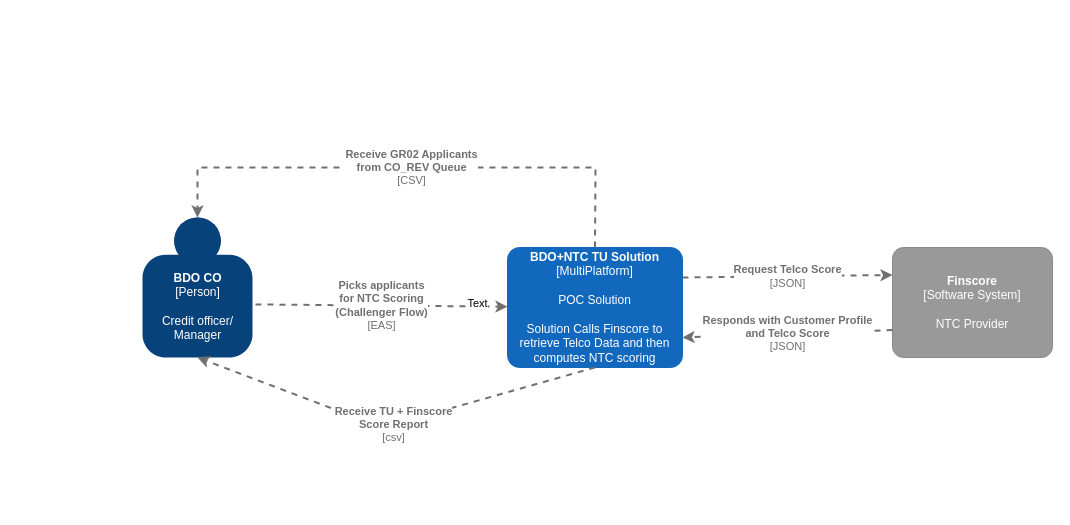
The draw.io diagram page "Context Diagram" (1 of 3) of BDO-NTC-EAS.drawio in howardleev/c4-draw.io, before the edit. Source tidied: cells renumbered, new cells numbered last; positions are measured from the earlier drawing's top-left corner, leaving out a move shared by most shapes. Both pictures are drawn from the tidied source at 100%, with x=0, y=0 at pixel (142, 167).
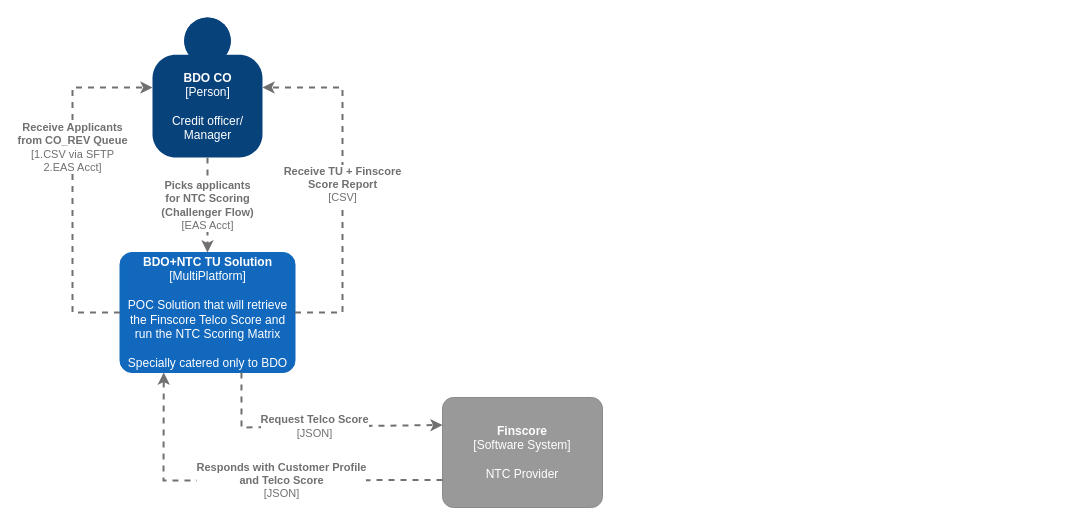
Above is the later version.

Diff of the diagram source:
```diff
@@
     <object id="2" label="&lt;b&gt;%c4Name%&lt;/b&gt;&lt;div&gt;[%c4Type%]&lt;/div&gt;&lt;br&gt;&lt;div&gt;%c4Description%&lt;/div&gt;" c4Description="Credit officer/&#10;Manager" c4Name="BDO CO" c4Type="Person" placeholders="1">
       <mxCell style="html=1;dashed=0;whitespace=wrap;fillColor=#08427b;strokeColor=none;fontColor=#ffffff;shape=mxgraph.c4.person;align=center;points=[[0.5,0,0],[1,0.5,0],[1,0.75,0],[0.75,1,0],[0.5,1,0],[0.25,1,0],[0,0.75,0],[0,0.5,0]];metaData={&quot;c4Type&quot;:{&quot;editable&quot;:false}};direction=east;" parent="1" vertex="1">
-        <mxGeometry y="50" width="110" height="140" as="geometry" />
+        <mxGeometry x="10" y="-150" width="110" height="140" as="geometry" />
       </mxCell>
     </object>
-    <object id="3" label="&lt;b&gt;%c4Name%&lt;/b&gt;&lt;div&gt;[%c4Type%]&lt;/div&gt;&lt;br&gt;&lt;div&gt;%c4Description%&lt;/div&gt;" c4Description="POC Solution &#10;&#10;Solution Calls Finscore to retrieve Telco Data and then computes NTC scoring" c4Name="BDO+NTC TU Solution" c4Type="MultiPlatform" placeholders="1">
+    <object id="3" label="&lt;b&gt;%c4Name%&lt;/b&gt;&lt;div&gt;[%c4Type%]&lt;/div&gt;&lt;br&gt;&lt;div&gt;%c4Description%&lt;/div&gt;" c4Description="POC Solution that will retrieve the Finscore Telco Score and run the NTC Scoring Matrix&#10;&#10;Specially catered only to BDO" c4Name="BDO+NTC TU Solution" c4Type="MultiPlatform" placeholders="1">
       <mxCell style="rounded=1;whiteSpace=wrap;html=1;labelBackgroundColor=none;fillColor=#1168BD;fontColor=#ffffff;align=center;arcSize=10;strokeColor=#1168BD;metaData={&quot;c4Type&quot;:{&quot;editable&quot;:false}};points=[[0.25,0,0],[0.5,0,0],[0.75,0,0],[1,0.25,0],[1,0.5,0],[1,0.75,0],[0.75,1,0],[0.5,1,0],[0.25,1,0],[0,0.75,0],[0,0.5,0],[0,0.25,0]];" parent="1" vertex="1">
-        <mxGeometry x="365" y="80" width="175" height="120" as="geometry" />
+        <mxGeometry x="-22.5" y="85" width="175" height="120" as="geometry" />
       </mxCell>
     </object>
-    <object id="4" label="&lt;div style=&quot;text-align: left&quot;&gt;&lt;div style=&quot;text-align: center&quot;&gt;&lt;b&gt;%c4Description%&lt;/b&gt;&lt;/div&gt;&lt;div style=&quot;text-align: center&quot;&gt;[%c4Technology%]&lt;/div&gt;&lt;/div&gt;" c4Description="Picks applicants&#10;for NTC Scoring&#10;(Challenger Flow)" c4Technology="EAS" placeholders="1">
-      <mxCell style="edgeStyle=none;rounded=0;html=1;jettySize=auto;strokeColor=#707070;strokeWidth=2;fontColor=#707070;jumpStyle=none;dashed=1;metaData={&quot;c4Type&quot;:{&quot;editable&quot;:false}};exitX=1.027;exitY=0.621;exitDx=0;exitDy=0;exitPerimeter=0;" parent="1" edge="1" source="2" target="3">
-        <mxGeometry relative="1" as="geometry" />
-      </mxCell>
-    </object>
-    <mxCell id="5" value="Text" style="edgeLabel;html=1;align=center;verticalAlign=middle;" parent="4" vertex="1">
-      <mxGeometry x="0.76" y="3" relative="1" as="geometry" />
-    </mxCell>
     <object id="6" label="&lt;b&gt;%c4Name%&lt;/b&gt;&lt;div&gt;[%c4Type%]&lt;/div&gt;&lt;br&gt;&lt;div&gt;%c4Description%&lt;/div&gt;" c4Description="NTC Provider" c4Name="Finscore" c4Type="Software System" placeholders="1">
       <mxCell style="rounded=1;whiteSpace=wrap;html=1;labelBackgroundColor=none;fillColor=#999999;fontColor=#ffffff;align=center;arcSize=10;strokeColor=#8A8A8A;metaData={&quot;c4Type&quot;:{&quot;editable&quot;:false}};points=[[0.25,0,0],[0.5,0,0],[0.75,0,0],[1,0.25,0],[1,0.5,0],[1,0.75,0],[0.75,1,0],[0.5,1,0],[0.25,1,0],[0,0.75,0],[0,0.5,0],[0,0.25,0]];" parent="1" vertex="1">
-        <mxGeometry x="750" y="80" width="160" height="110" as="geometry" />
+        <mxGeometry x="300" y="230" width="160" height="110" as="geometry" />
       </mxCell>
     </object>
     <object id="7" label="&lt;div style=&quot;text-align: left&quot;&gt;&lt;div style=&quot;text-align: center&quot;&gt;&lt;b&gt;%c4Description%&lt;/b&gt;&lt;/div&gt;&lt;div style=&quot;text-align: center&quot;&gt;[%c4Technology%]&lt;/div&gt;&lt;/div&gt;" c4Description="Request Telco Score" c4Technology="JSON" placeholders="1">
-      <mxCell style="edgeStyle=none;rounded=0;html=1;entryX=0;entryY=0.25;jettySize=auto;strokeColor=#707070;strokeWidth=2;fontColor=#707070;jumpStyle=none;dashed=1;metaData={&quot;c4Type&quot;:{&quot;editable&quot;:false}};exitX=1;exitY=0.25;exitDx=0;exitDy=0;exitPerimeter=0;entryDx=0;entryDy=0;entryPerimeter=0;" parent="1" edge="1" source="3" target="6">
-        <mxGeometry relative="1" as="geometry" />
+      <mxCell style="edgeStyle=none;rounded=0;html=1;entryX=0;entryY=0.25;jettySize=auto;strokeColor=#707070;strokeWidth=2;fontColor=#707070;jumpStyle=none;dashed=1;metaData={&quot;c4Type&quot;:{&quot;editable&quot;:false}};entryDx=0;entryDy=0;entryPerimeter=0;exitX=0.694;exitY=1;exitDx=0;exitDy=0;exitPerimeter=0;" parent="1" edge="1" source="3" target="6">
+        <mxGeometry relative="1" as="geometry">
+          <Array as="points">
+            <mxPoint x="99" y="260" />
+          </Array>
+        </mxGeometry>
       </mxCell>
     </object>
     <object id="8" label="&lt;div style=&quot;text-align: left&quot;&gt;&lt;div style=&quot;text-align: center&quot;&gt;&lt;b&gt;%c4Description%&lt;/b&gt;&lt;/div&gt;&lt;div style=&quot;text-align: center&quot;&gt;[%c4Technology%]&lt;/div&gt;&lt;/div&gt;" c4Description="Responds with Customer Profile&#10;and Telco Score" c4Technology="JSON" placeholders="1">
-      <mxCell style="edgeStyle=none;rounded=0;html=1;entryX=1;entryY=0.75;jettySize=auto;strokeColor=#707070;strokeWidth=2;fontColor=#707070;jumpStyle=none;dashed=1;metaData={&quot;c4Type&quot;:{&quot;editable&quot;:false}};entryDx=0;entryDy=0;entryPerimeter=0;exitX=0;exitY=0.75;exitDx=0;exitDy=0;exitPerimeter=0;" parent="1" edge="1" source="6" target="3">
-        <mxGeometry relative="1" as="geometry" />
+      <mxCell style="edgeStyle=none;rounded=0;html=1;jettySize=auto;strokeColor=#707070;strokeWidth=2;fontColor=#707070;jumpStyle=none;dashed=1;metaData={&quot;c4Type&quot;:{&quot;editable&quot;:false}};exitX=0;exitY=0.75;exitDx=0;exitDy=0;exitPerimeter=0;entryX=0.25;entryY=1;entryDx=0;entryDy=0;entryPerimeter=0;" parent="1" edge="1" source="6" target="3">
+        <mxGeometry x="-0.17" relative="1" as="geometry">
+          <Array as="points">
+            <mxPoint x="21" y="313" />
+          </Array>
+        </mxGeometry>
       </mxCell>
     </object>
-    <object id="9" label="&lt;div style=&quot;text-align: left&quot;&gt;&lt;div style=&quot;text-align: center&quot;&gt;&lt;b&gt;%c4Description%&lt;/b&gt;&lt;/div&gt;&lt;div style=&quot;text-align: center&quot;&gt;[%c4Technology%]&lt;/div&gt;&lt;/div&gt;" c4Description="Receive TU + Finscore&#10;Score Report" c4Technology="csv" placeholders="1">
-      <mxCell style="edgeStyle=none;rounded=0;html=1;jettySize=auto;strokeColor=#707070;strokeWidth=2;fontColor=#707070;jumpStyle=none;dashed=1;metaData={&quot;c4Type&quot;:{&quot;editable&quot;:false}};entryX=0.5;entryY=1;entryDx=0;entryDy=0;entryPerimeter=0;exitX=0.5;exitY=1;exitDx=0;exitDy=0;exitPerimeter=0;" parent="1" edge="1" source="3" target="2">
-        <mxGeometry relative="1" as="geometry">
-          <Array as="points">
-            <mxPoint x="240" y="260" />
-          </Array>
-        </mxGeometry>
-      </mxCell>
-    </object>
-    <object id="10" label="&lt;div style=&quot;text-align: left&quot;&gt;&lt;div style=&quot;text-align: center&quot;&gt;&lt;b&gt;%c4Description%&lt;/b&gt;&lt;/div&gt;&lt;div style=&quot;text-align: center&quot;&gt;[%c4Technology%]&lt;/div&gt;&lt;/div&gt;" c4Description="Receive GR02 Applicants&#10;from CO_REV Queue " c4Technology="CSV" placeholders="1">
-      <mxCell style="edgeStyle=none;rounded=0;html=1;jettySize=auto;strokeColor=#707070;strokeWidth=2;fontColor=#707070;jumpStyle=none;dashed=1;metaData={&quot;c4Type&quot;:{&quot;editable&quot;:false}};exitX=0.5;exitY=0;exitDx=0;exitDy=0;exitPerimeter=0;entryX=0.5;entryY=0;entryDx=0;entryDy=0;entryPerimeter=0;" parent="1" edge="1" source="3" target="2">
-        <mxGeometry relative="1" as="geometry">
-          <Array as="points">
-            <mxPoint x="453" />
-            <mxPoint x="55" />
-          </Array>
-        </mxGeometry>
-      </mxCell>
-    </object>
+    <object id="11" label="&lt;div style=&quot;text-align: left&quot;&gt;&lt;div style=&quot;text-align: center&quot;&gt;&lt;b&gt;%c4Description%&lt;/b&gt;&lt;/div&gt;&lt;div style=&quot;text-align: center&quot;&gt;[%c4Technology%]&lt;/div&gt;&lt;/div&gt;" c4Description="Receive TU + Finscore&#10;Score Report" c4Technology="CSV" placeholders="1">
+      <mxCell style="edgeStyle=none;rounded=0;html=1;jettySize=auto;strokeColor=#707070;strokeWidth=2;fontColor=#707070;jumpStyle=none;dashed=1;metaData={&quot;c4Type&quot;:{&quot;editable&quot;:false}};exitX=1;exitY=0.5;exitDx=0;exitDy=0;exitPerimeter=0;" parent="1" edge="1" source="3" target="2">
+        <mxGeometry relative="1" as="geometry">
+          <Array as="points">
+            <mxPoint x="200" y="145" />
+            <mxPoint x="200" y="-80" />
+          </Array>
+        </mxGeometry>
+      </mxCell>
+    </object>
+    <object id="12" label="&lt;div style=&quot;text-align: left&quot;&gt;&lt;div style=&quot;text-align: center&quot;&gt;&lt;b&gt;%c4Description%&lt;/b&gt;&lt;/div&gt;&lt;div style=&quot;text-align: center&quot;&gt;[%c4Technology%]&lt;/div&gt;&lt;/div&gt;" c4Description="Receive Applicants&#10;from CO_REV Queue " c4Technology="1.CSV via SFTP &#10;2.EAS Acct" placeholders="1">
+      <mxCell style="edgeStyle=none;rounded=0;html=1;jettySize=auto;strokeColor=#707070;strokeWidth=2;fontColor=#707070;jumpStyle=none;dashed=1;metaData={&quot;c4Type&quot;:{&quot;editable&quot;:false}};exitX=0;exitY=0.5;exitDx=0;exitDy=0;exitPerimeter=0;entryX=0;entryY=0.5;entryDx=0;entryDy=0;entryPerimeter=0;" parent="1" edge="1" source="3" target="2">
+        <mxGeometry x="0.21" relative="1" as="geometry">
+          <Array as="points">
+            <mxPoint x="-70" y="145" />
+            <mxPoint x="-70" y="30" />
+            <mxPoint x="-70" y="-80" />
+          </Array>
+        </mxGeometry>
+      </mxCell>
+    </object>
+    <object id="4" label="&lt;div style=&quot;text-align: left&quot;&gt;&lt;div style=&quot;text-align: center&quot;&gt;&lt;b&gt;%c4Description%&lt;/b&gt;&lt;/div&gt;&lt;div style=&quot;text-align: center&quot;&gt;[%c4Technology%]&lt;/div&gt;&lt;/div&gt;" c4Description="Picks applicants&#10;for NTC Scoring&#10;(Challenger Flow)" c4Technology="EAS Acct" placeholders="1">
+      <mxCell style="edgeStyle=none;rounded=0;html=1;jettySize=auto;strokeColor=#707070;strokeWidth=2;fontColor=#707070;jumpStyle=none;dashed=1;metaData={&quot;c4Type&quot;:{&quot;editable&quot;:false}};exitX=0.5;exitY=1;exitDx=0;exitDy=0;exitPerimeter=0;entryX=0.5;entryY=0;entryDx=0;entryDy=0;entryPerimeter=0;" parent="1" edge="1" source="2" target="3">
+        <mxGeometry relative="1" as="geometry" />
+      </mxCell>
+    </object>
```
